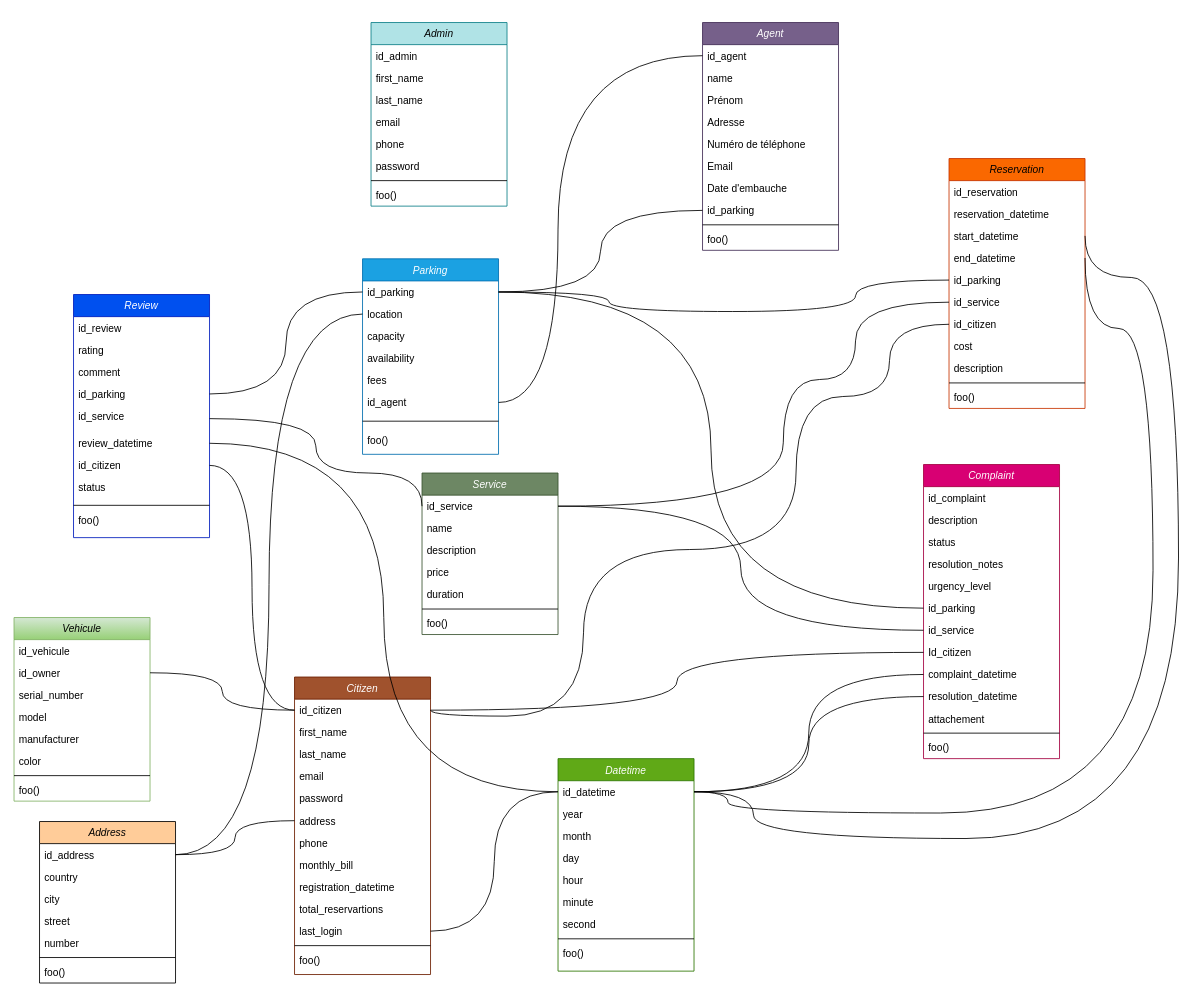
Before: docs/DB_diagram.drawio in anomaly1095/parky, a draw.io diagram. Source tidied: cells renumbered, new cells numbered last; positions are measured from the earlier drawing's top-left corner, leaving out a move shared by most shapes. Both pictures are drawn from the tidied source at 85%, with x=0, y=0 at pixel (14, 22).
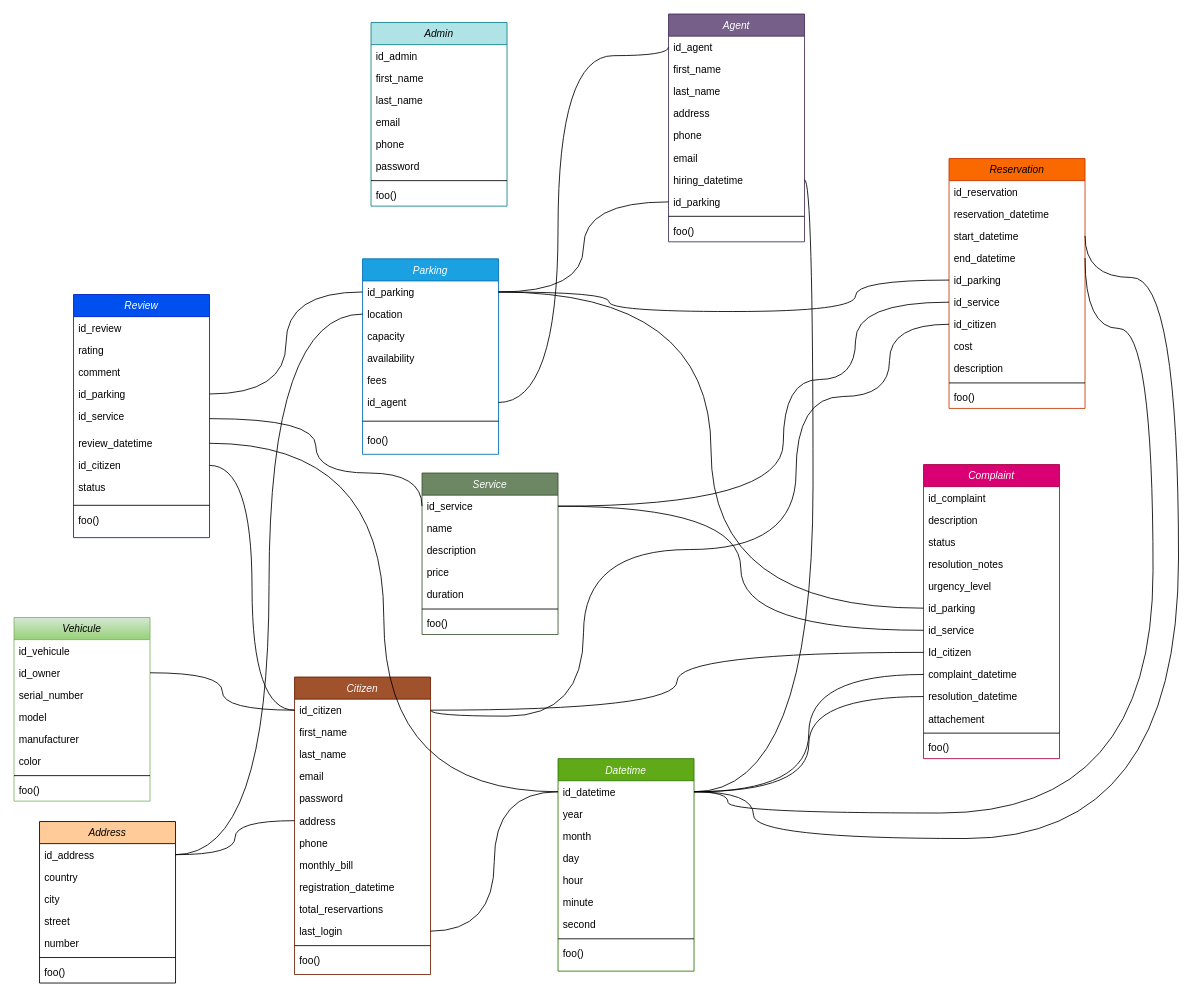
The same page after the edit.

Commit message:
Altered all diagram fields in english and updated the links

Unchanged cells that the change refers to:
```xml
<mxCell id="36" value="id_datetime" style="text;align=left;verticalAlign=top;spacingLeft=4;spacingRight=4;overflow=hidden;points=[[0,0.5],[1,0.5]];portConstraint=eastwest;" parent="35" vertex="1">
  <mxGeometry y="26" width="160" height="26" as="geometry" />
</mxCell>
```

The edit, as a diff of the source:
```diff
@@
     <mxCell id="68" value="Agent" style="swimlane;fontStyle=2;align=center;verticalAlign=top;horizontal=1;startSize=26;rounded=0;shadow=0;strokeWidth=1;fillColor=#76608a;strokeColor=#432D57;fontColor=#ffffff;" parent="1" vertex="1">
-      <mxGeometry x="810" width="160" height="268" as="geometry" />
+      <mxGeometry x="770" y="-10" width="160" height="268" as="geometry" />
     </mxCell>
@@
-    <mxCell id="70" value="name" style="text;align=left;verticalAlign=top;spacingLeft=4;spacingRight=4;overflow=hidden;" parent="68" vertex="1">
+    <mxCell id="70" value="first_name" style="text;align=left;verticalAlign=top;spacingLeft=4;spacingRight=4;overflow=hidden;" parent="68" vertex="1">
       <mxGeometry y="52" width="160" height="26" as="geometry" />
     </mxCell>
-    <mxCell id="71" value="Prénom" style="text;align=left;verticalAlign=top;spacingLeft=4;spacingRight=4;overflow=hidden;" parent="68" vertex="1">
+    <mxCell id="71" value="last_name" style="text;align=left;verticalAlign=top;spacingLeft=4;spacingRight=4;overflow=hidden;" parent="68" vertex="1">
       <mxGeometry y="78" width="160" height="26" as="geometry" />
     </mxCell>
-    <mxCell id="72" value="Adresse" style="text;align=left;verticalAlign=top;spacingLeft=4;spacingRight=4;overflow=hidden;" parent="68" vertex="1">
+    <mxCell id="72" value="address" style="text;align=left;verticalAlign=top;spacingLeft=4;spacingRight=4;overflow=hidden;" parent="68" vertex="1">
       <mxGeometry y="104" width="160" height="26" as="geometry" />
     </mxCell>
-    <mxCell id="73" value="Numéro de téléphone" style="text;align=left;verticalAlign=top;spacingLeft=4;spacingRight=4;overflow=hidden;" parent="68" vertex="1">
+    <mxCell id="73" value="phone" style="text;align=left;verticalAlign=top;spacingLeft=4;spacingRight=4;overflow=hidden;" parent="68" vertex="1">
       <mxGeometry y="130" width="160" height="26" as="geometry" />
     </mxCell>
-    <mxCell id="74" value="Email" style="text;align=left;verticalAlign=top;spacingLeft=4;spacingRight=4;overflow=hidden;" parent="68" vertex="1">
+    <mxCell id="74" value="email" style="text;align=left;verticalAlign=top;spacingLeft=4;spacingRight=4;overflow=hidden;" parent="68" vertex="1">
       <mxGeometry y="156" width="160" height="26" as="geometry" />
     </mxCell>
-    <mxCell id="75" value="Date d'embauche" style="text;align=left;verticalAlign=top;spacingLeft=4;spacingRight=4;overflow=hidden;points=[[0,0.5],[1,0.5]];portConstraint=eastwest;" parent="68" vertex="1">
+    <mxCell id="75" value="hiring_datetime" style="text;align=left;verticalAlign=top;spacingLeft=4;spacingRight=4;overflow=hidden;points=[[0,0.5],[1,0.5]];portConstraint=eastwest;" parent="68" vertex="1">
       <mxGeometry y="182" width="160" height="26" as="geometry" />
     </mxCell>
@@
+    <mxCell id="137" style="endArrow=none;html=1;rounded=0;exitX=1;exitY=0.5;exitDx=0;exitDy=0;entryX=1;entryY=0.5;entryDx=0;entryDy=0;edgeStyle=orthogonalEdgeStyle;curved=1;" parent="1" edge="1" source="36" target="75">
+      <mxGeometry relative="1" as="geometry" />
+    </mxCell>
```
